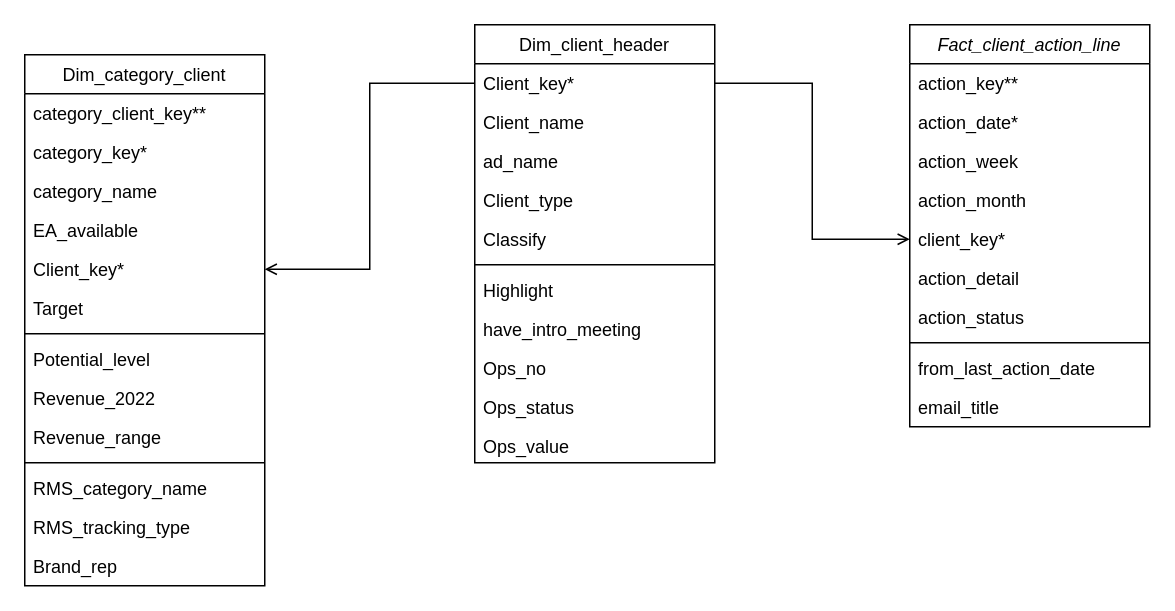
Earlier version of the draw.io diagram CRM NIQ.drawio (DucTran3110/data_warehouse_course). Source tidied: cells renumbered, new cells numbered last; positions are measured from the earlier drawing's top-left corner, leaving out a move shared by most shapes. Both pictures are drawn from the tidied source at 150%, with x=0, y=0 at pixel (24, 24).
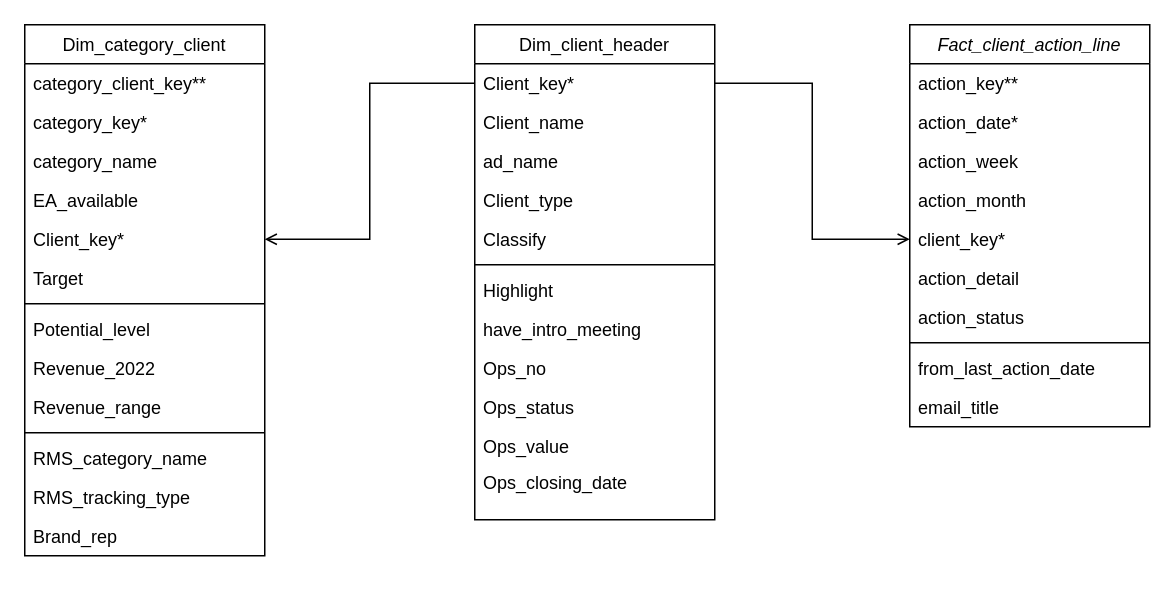
After the change.

Unchanged cells that the change refers to:
```xml
<mxCell id="14" value="Client_key*" style="text;align=left;verticalAlign=top;spacingLeft=4;spacingRight=4;overflow=hidden;points=[[0,0.5],[1,0.5]];portConstraint=eastwest;" parent="13" vertex="1">
  <mxGeometry y="26" width="160" height="26" as="geometry" />
</mxCell>
<mxCell id="30" value="Client_key*" style="text;align=left;verticalAlign=top;spacingLeft=4;spacingRight=4;overflow=hidden;points=[[0,0.5],[1,0.5]];portConstraint=eastwest;" parent="25" vertex="1">
  <mxGeometry y="130" width="160" height="26" as="geometry" />
</mxCell>
```

What changed in the source:
```diff
@@
     <mxCell id="13" value="Dim_client_header" style="swimlane;fontStyle=0;align=center;verticalAlign=top;horizontal=1;startSize=26;rounded=0;shadow=0;strokeWidth=1;" parent="1" vertex="1">
-      <mxGeometry x="300" width="160" height="292" as="geometry" />
+      <mxGeometry x="300" width="160" height="330" as="geometry" />
     </mxCell>
@@
+    <mxCell id="42" value="Ops_closing_date" style="text;align=left;verticalAlign=top;spacingLeft=4;spacingRight=4;overflow=hidden;rounded=0;shadow=0;html=0;" parent="13" vertex="1">
+      <mxGeometry y="292" width="160" height="24" as="geometry" />
+    </mxCell>
     <mxCell id="25" value="Dim_category_client" style="swimlane;fontStyle=0;align=center;verticalAlign=top;horizontal=1;startSize=26;rounded=0;shadow=0;strokeWidth=1;" parent="1" vertex="1">
-      <mxGeometry y="20" width="160" height="354" as="geometry" />
+      <mxGeometry width="160" height="354" as="geometry" />
     </mxCell>
@@
     <mxCell id="41" style="endArrow=open;shadow=0;strokeWidth=1;rounded=0;endFill=1;edgeStyle=elbowEdgeStyle;entryX=1;entryY=0.5;entryDx=0;entryDy=0;exitX=0;exitY=0.5;exitDx=0;exitDy=0;" parent="1" edge="1" source="14" target="30">
       <mxGeometry x="0.5" y="41" relative="1" as="geometry">
         <Array as="points">
-          <mxPoint x="230" y="160" />
+          <mxPoint x="230" y="110" />
         </Array>
         <mxPoint x="-40" y="32" as="offset" />
       </mxGeometry>
     </mxCell>
```
